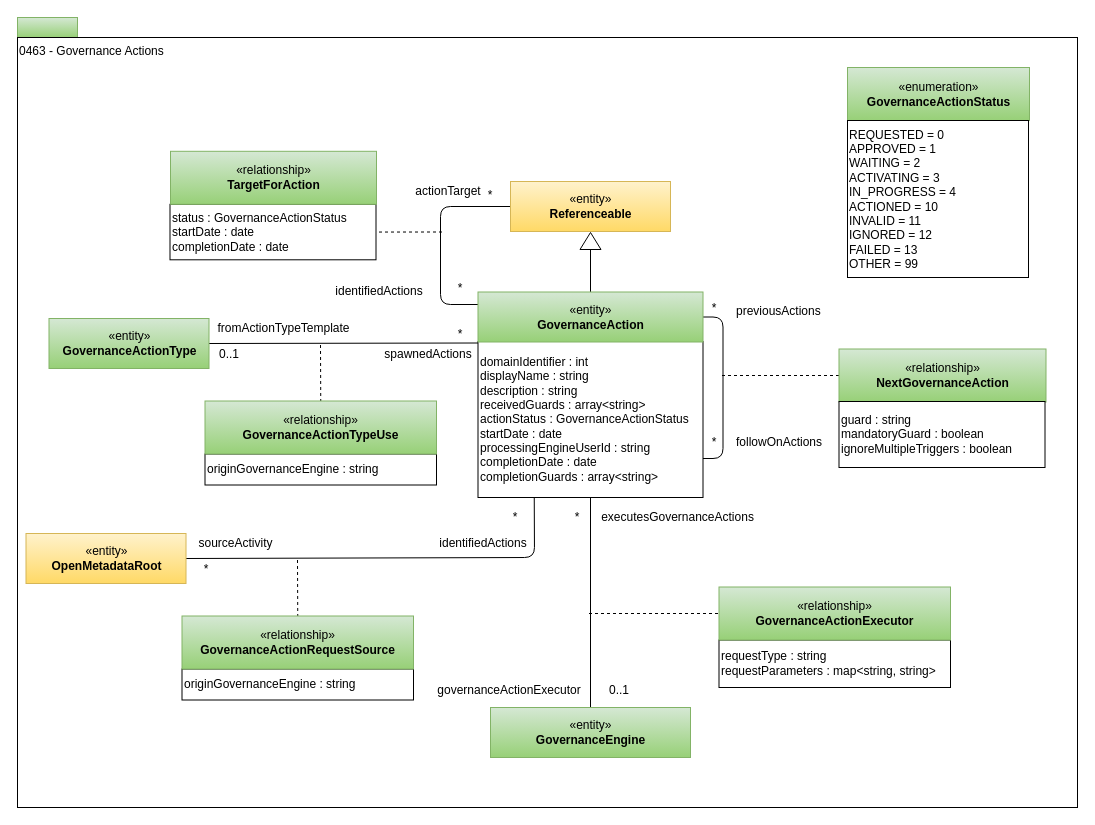
Before: page "0463-Governance-Actions" (23 of 28) of open-metadata-publication/website/open-metadata-types/area-4-governance.drawio in odpi/egeria, a draw.io diagram. Source tidied: cells renumbered, new cells numbered last; positions are measured from the earlier drawing's top-left corner, leaving out a move shared by most shapes. Both pictures are drawn from the tidied source at 100%, with x=0, y=0 at pixel (17, 17).
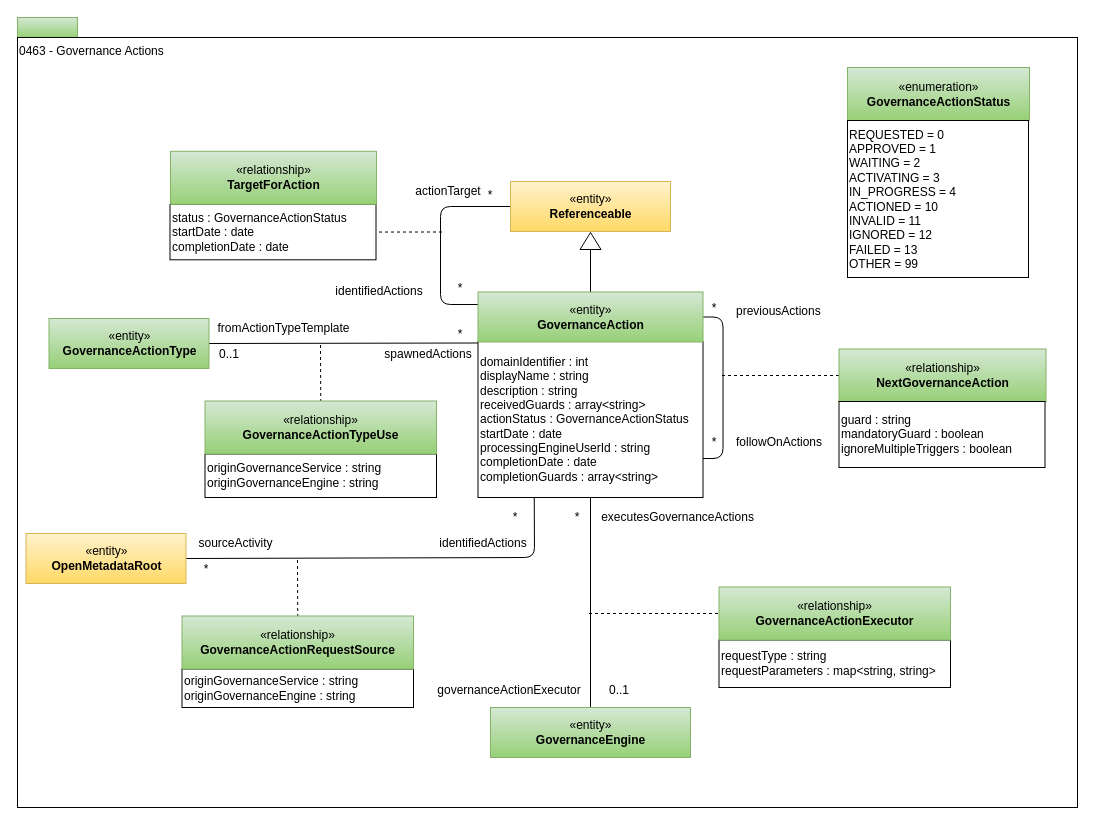
The same page after the edit.

What changed in the source:
```diff
@@
-    <mxCell id="40" value="originGovernanceEngine : string" style="rounded=0;whiteSpace=wrap;html=1;strokeColor=#000000;gradientColor=#ffffff;align=left;" parent="1" vertex="1">
-      <mxGeometry x="187.5" y="436.5" width="231.5" height="31" as="geometry" />
+    <mxCell id="40" value="originGovernanceService : string&lt;br&gt;originGovernanceEngine : string" style="rounded=0;whiteSpace=wrap;html=1;strokeColor=#000000;gradientColor=#ffffff;align=left;" parent="1" vertex="1">
+      <mxGeometry x="187.5" y="436.5" width="231.5" height="43.5" as="geometry" />
     </mxCell>
@@
-    <mxCell id="49" value="originGovernanceEngine : string" style="rounded=0;whiteSpace=wrap;html=1;strokeColor=#000000;gradientColor=#ffffff;align=left;" parent="1" vertex="1">
-      <mxGeometry x="164.5" y="651.5" width="231.5" height="31" as="geometry" />
+    <mxCell id="49" value="originGovernanceService : string&lt;br&gt;originGovernanceEngine : string" style="rounded=0;whiteSpace=wrap;html=1;strokeColor=#000000;gradientColor=#ffffff;align=left;" parent="1" vertex="1">
+      <mxGeometry x="164.5" y="651.5" width="231.5" height="38.5" as="geometry" />
     </mxCell>
```
